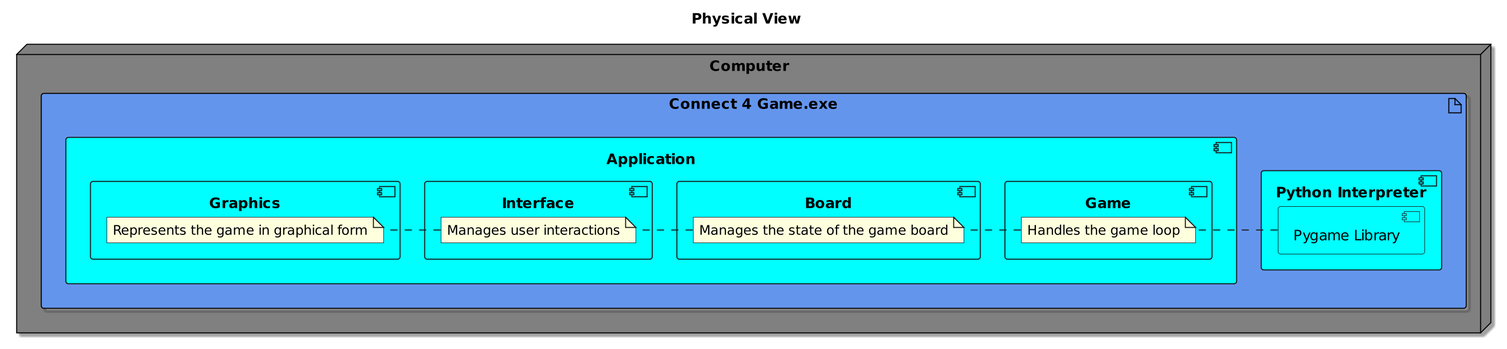
This is design-analysis/Physical_View.png from austin-s970/OOP-Connect4, a PlantUML export, as it was before one commit.
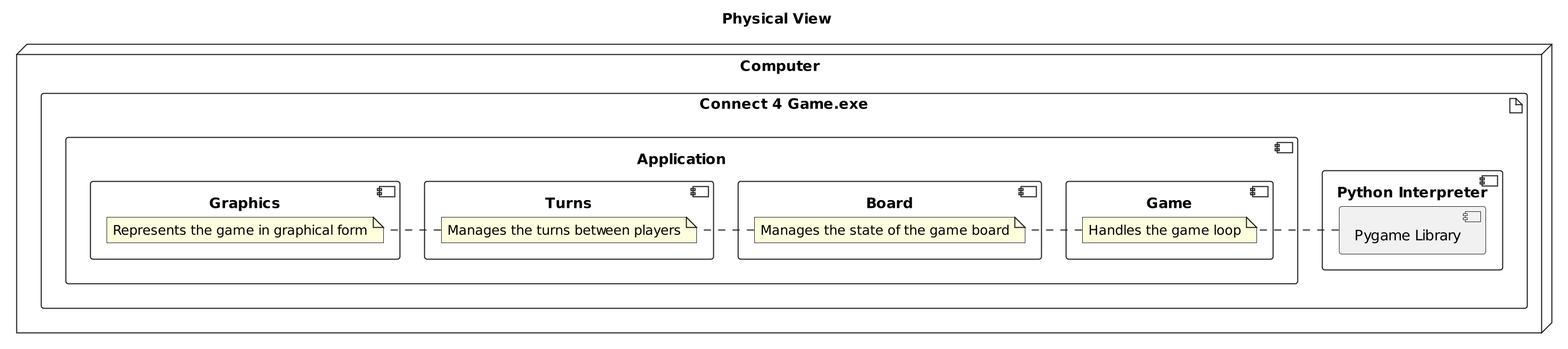
Later version of the same file.

The edit, as a diff of the source:
```diff
@@ -8,15 +8,14 @@
             component "Pygame Library"
         }
         component "Application" {
-            skinparam ComponentBackgroundColor Aqua
             component "Game" {
                 note right: Handles the game loop
             }
             component "Board" {
                 note right: Manages the state of the game board
             }
-            component "Interface" {
-                note right: Manages user interactions
+            component "Turns" {
+                note right: Manages the turns between players
             }
             component "Graphics" {
                 note right: Represents the game in graphical form
@@ -24,21 +23,4 @@
         }
     }
 }
-
-skinparam componentStyle uml2
-skinparam rectangle {
-    BackgroundColor PaleGreen
-    BorderColor Black
-    Shadowing true
-}
-skinparam node {
-    BackgroundColor Grey
-    BorderColor Black
-    Shadowing true
-}
-skinparam artifact {
-    BackgroundColor CornflowerBlue
-    BorderColor Black
-    Shadowing true
-}
 @enduml
```
